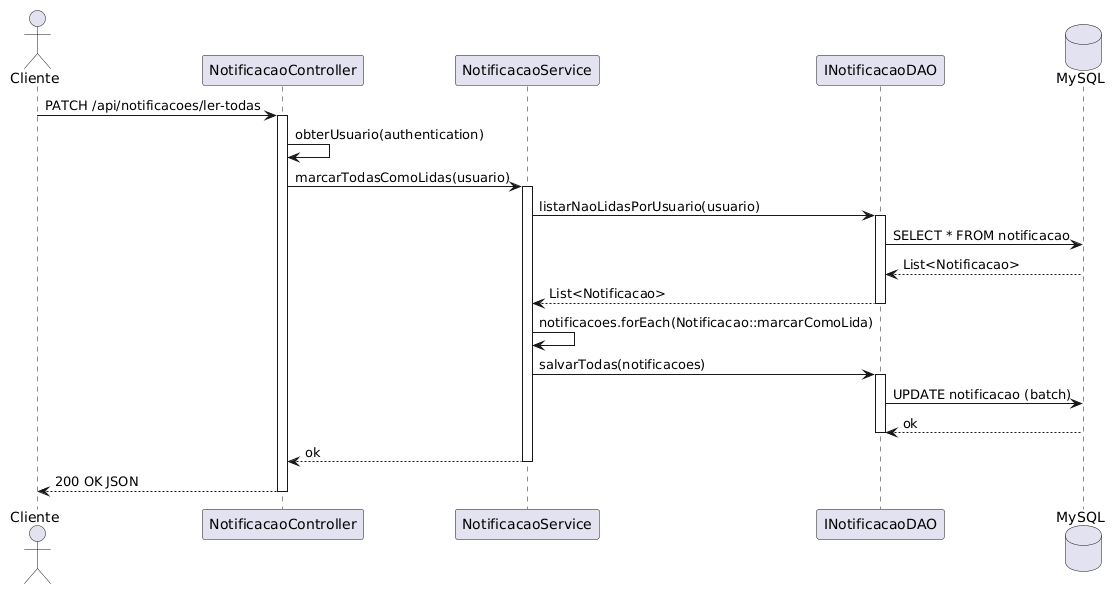
Before: Diagramas/Diagramas de Sequência/Notificacoes/Diagrama de Sequencia - Marcar Todas Como Lida.png, a diagram exported from PlantUML (MatheusAbib/Jornal-de-Receitas).
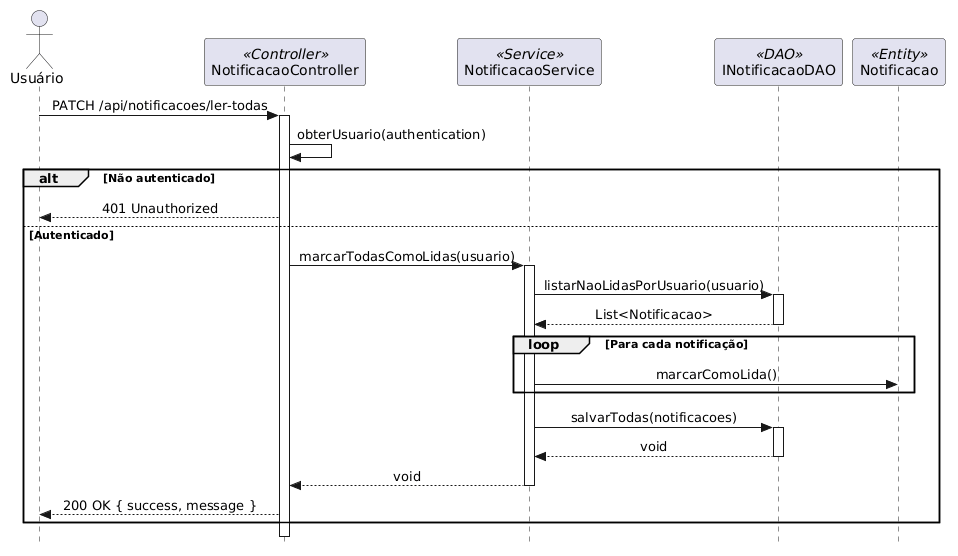
After the commit.

The edit, as a diff of the source:
```diff
@@ -1,35 +1,36 @@
 @startuml
-actor "Cliente" as user
-participant "NotificacaoController" as controller
-participant "NotificacaoService" as service
-participant "INotificacaoDAO" as dao
-database "MySQL" as db
+skinparam style strictuml
+skinparam sequenceMessageAlign center
+skinparam shadowing false
 
-user -> controller : PATCH /api/notificacoes/ler-todas
-activate controller
+actor "Usuário" as user
+participant "NotificacaoController" as ctrl <<Controller>>
+participant "NotificacaoService" as svc <<Service>>
+participant "INotificacaoDAO" as dao <<DAO>>
+participant "Notificacao" as model <<Entity>>
 
-controller -> controller : obterUsuario(authentication)
-controller -> service : marcarTodasComoLidas(usuario)
-activate service
-
-service -> dao : listarNaoLidasPorUsuario(usuario)
-activate dao
-dao -> db : SELECT * FROM notificacao
-db --> dao : List<Notificacao>
-dao --> service : List<Notificacao>
-deactivate dao
-
-service -> service : notificacoes.forEach(Notificacao::marcarComoLida)
-
-service -> dao : salvarTodas(notificacoes)
-activate dao
-dao -> db : UPDATE notificacao (batch)
-db --> dao : ok
-deactivate dao
-
-service --> controller : ok
-deactivate service
-
-controller --> user : 200 OK JSON
-deactivate controller
+user -> ctrl: PATCH /api/notificacoes/ler-todas
+activate ctrl
+ctrl -> ctrl: obterUsuario(authentication)
+alt Não autenticado
+    ctrl --> user: 401 Unauthorized
+else Autenticado
+    ctrl -> svc: marcarTodasComoLidas(usuario)
+    activate svc
+    svc -> dao: listarNaoLidasPorUsuario(usuario)
+    activate dao
+    dao --> svc: List<Notificacao>
+    deactivate dao
+    loop Para cada notificação
+        svc -> model: marcarComoLida()
+    end
+    svc -> dao: salvarTodas(notificacoes)
+    activate dao
+    dao --> svc: void
+    deactivate dao
+    svc --> ctrl: void
+    deactivate svc
+    ctrl --> user: 200 OK { success, message }
+end
+deactivate ctrl
 @enduml
```
